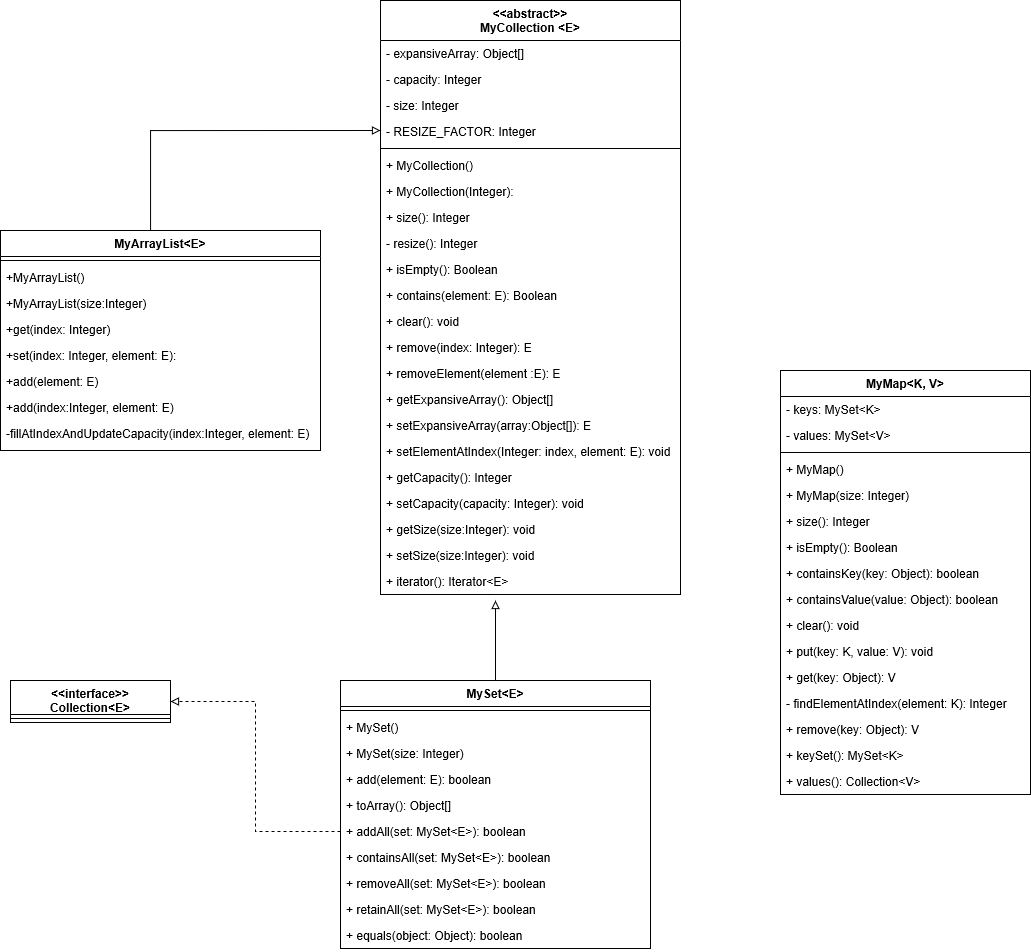
code-differently/StayReadyLab13 keeps this draw.io diagram as StayReadyLab13UML.png. Above is the earlier version. Source tidied: cells renumbered, new cells last; positions are measured from the earlier drawing's top-left corner, leaving out a move shared by most shapes.
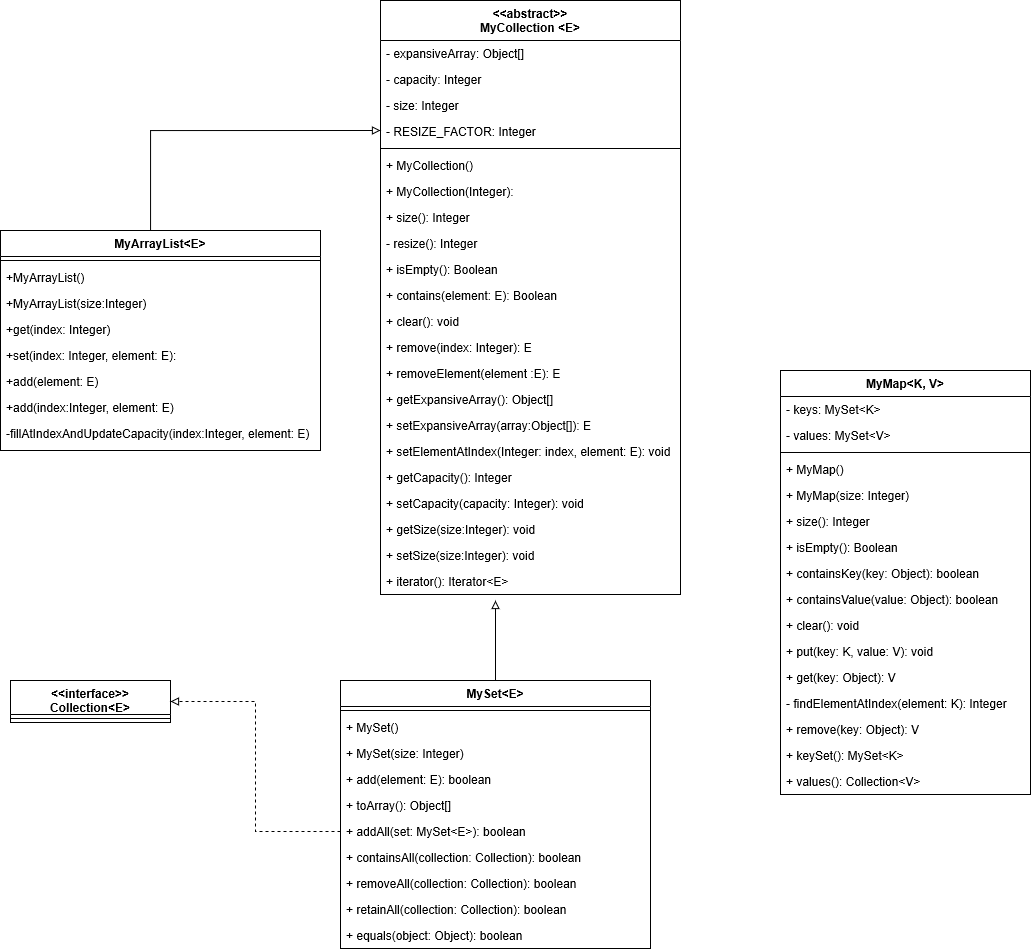
Above is the later version.

Commit message:
updated UML, changed parameter types

Change to the diagram source:
```diff
@@ -183,13 +183,13 @@
     <mxCell id="59" value="+ addAll(set: MySet&lt;E&gt;): boolean" style="text;strokeColor=none;fillColor=none;align=left;verticalAlign=top;spacingLeft=4;spacingRight=4;overflow=hidden;points=[[0,0.5],[1,0.5]];portConstraint=eastwest;" parent="53" vertex="1">
       <mxGeometry y="138" width="310" height="26" as="geometry" />
     </mxCell>
-    <mxCell id="60" value="+ containsAll(set: MySet&lt;E&gt;): boolean" style="text;strokeColor=none;fillColor=none;align=left;verticalAlign=top;spacingLeft=4;spacingRight=4;overflow=hidden;" parent="53" vertex="1">
+    <mxCell id="60" value="+ containsAll(collection: Collection): boolean" style="text;strokeColor=none;fillColor=none;align=left;verticalAlign=top;spacingLeft=4;spacingRight=4;overflow=hidden;" parent="53" vertex="1">
       <mxGeometry y="164" width="310" height="26" as="geometry" />
     </mxCell>
-    <mxCell id="61" value="+ removeAll(set: MySet&lt;E&gt;): boolean" style="text;strokeColor=none;fillColor=none;align=left;verticalAlign=top;spacingLeft=4;spacingRight=4;overflow=hidden;" parent="53" vertex="1">
+    <mxCell id="61" value="+ removeAll(collection: Collection): boolean" style="text;strokeColor=none;fillColor=none;align=left;verticalAlign=top;spacingLeft=4;spacingRight=4;overflow=hidden;" parent="53" vertex="1">
       <mxGeometry y="190" width="310" height="26" as="geometry" />
     </mxCell>
-    <mxCell id="62" value="+ retainAll(set: MySet&lt;E&gt;): boolean" style="text;strokeColor=none;fillColor=none;align=left;verticalAlign=top;spacingLeft=4;spacingRight=4;overflow=hidden;" parent="53" vertex="1">
+    <mxCell id="62" value="+ retainAll(collection: Collection): boolean" style="text;strokeColor=none;fillColor=none;align=left;verticalAlign=top;spacingLeft=4;spacingRight=4;overflow=hidden;" parent="53" vertex="1">
       <mxGeometry y="216" width="310" height="26" as="geometry" />
     </mxCell>
     <mxCell id="63" value="+ equals(object: Object): boolean" style="text;strokeColor=none;fillColor=none;align=left;verticalAlign=top;spacingLeft=4;spacingRight=4;overflow=hidden;" parent="53" vertex="1">
```
